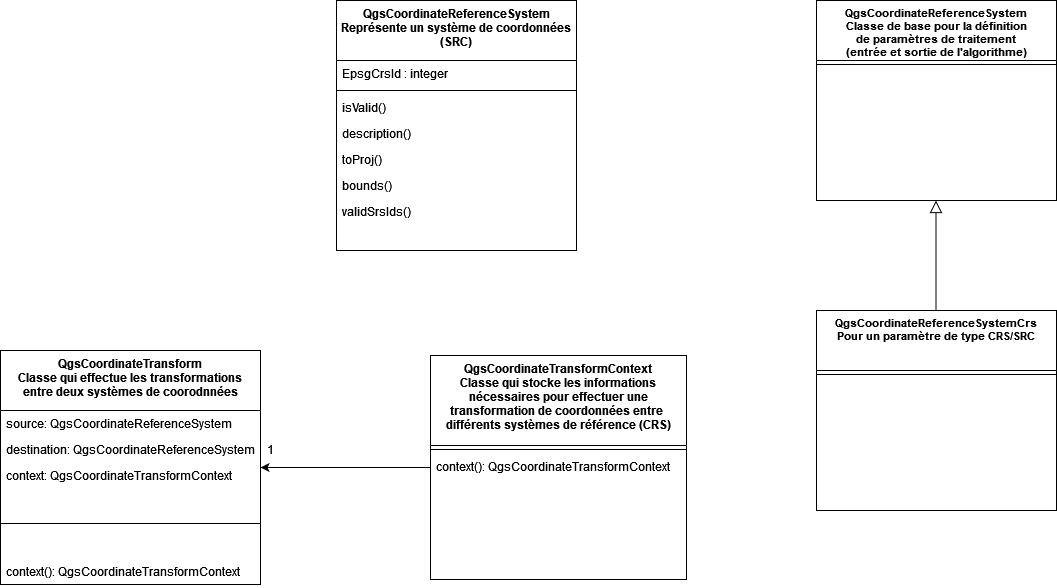
leonielrx/ProjetInfo_DoGeo keeps this draw.io diagram as classes_QGIS.png. Above is the earlier version. Source tidied: cells renumbered, new cells last; positions are measured from the earlier drawing's top-left corner, leaving out a move shared by most shapes.
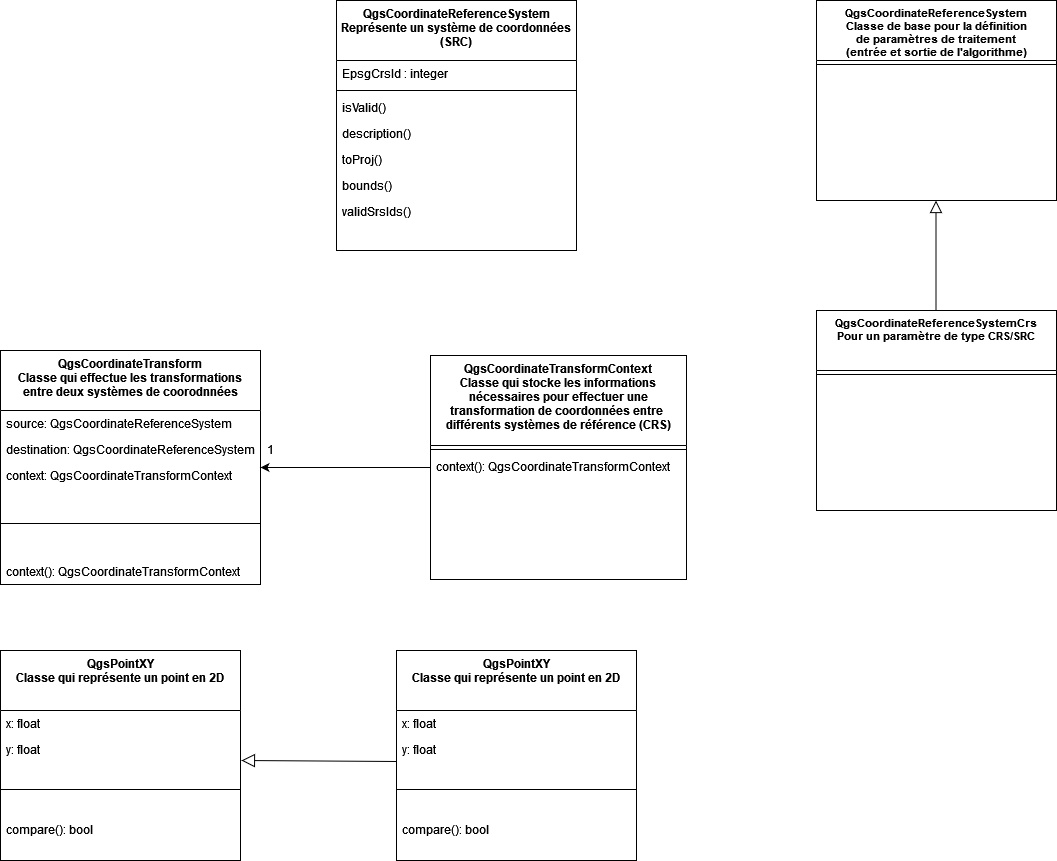
After the change.

Commit message:
Mettre à jour classes_QGIS.png

Diff of the diagram source:
```diff
@@ -80,5 +80,41 @@
     <mxCell id="25" value="1" style="text;html=1;align=center;verticalAlign=middle;whiteSpace=wrap;rounded=0;" parent="1" vertex="1">
       <mxGeometry x="240" y="434" width="60" height="30" as="geometry" />
     </mxCell>
+    <mxCell id="26" value="QgsPointXY&#10;Classe qui représente un point en 2D&#10;&#10;" style="swimlane;fontStyle=1;align=center;verticalAlign=top;horizontal=1;startSize=60;rounded=0;shadow=0;strokeWidth=1;fontSize=12;" parent="1" vertex="1">
+      <mxGeometry y="650" width="240" height="210" as="geometry" />
+    </mxCell>
+    <mxCell id="27" value="x: float&#10;" style="text;align=left;verticalAlign=top;spacingLeft=4;spacingRight=4;overflow=hidden;rounded=0;shadow=0;html=0;" parent="26" vertex="1">
+      <mxGeometry y="60" width="240" height="26" as="geometry" />
+    </mxCell>
+    <mxCell id="28" value="y: float&#10;" style="text;align=left;verticalAlign=top;spacingLeft=4;spacingRight=4;overflow=hidden;rounded=0;shadow=0;html=0;" parent="26" vertex="1">
+      <mxGeometry y="86" width="240" height="26" as="geometry" />
+    </mxCell>
+    <mxCell id="29" style="line;html=1;strokeWidth=1;align=left;verticalAlign=middle;spacingTop=-1;spacingLeft=3;spacingRight=3;labelPosition=right;" parent="26" vertex="1">
+      <mxGeometry y="112" width="240" height="54" as="geometry" />
+    </mxCell>
+    <mxCell id="30" value="compare(): bool" style="text;align=left;verticalAlign=top;spacingLeft=4;spacingRight=4;overflow=hidden;" parent="26" vertex="1">
+      <mxGeometry y="166" width="240" height="26" as="geometry" />
+    </mxCell>
+    <mxCell id="31" value="QgsPointXY&#10;Classe qui représente un point en 2D&#10;&#10;" style="swimlane;fontStyle=1;align=center;verticalAlign=top;horizontal=1;startSize=60;rounded=0;shadow=0;strokeWidth=1;fontSize=12;" parent="1" vertex="1">
+      <mxGeometry x="396" y="650" width="240" height="210" as="geometry" />
+    </mxCell>
+    <mxCell id="32" value="x: float&#10;" style="text;align=left;verticalAlign=top;spacingLeft=4;spacingRight=4;overflow=hidden;rounded=0;shadow=0;html=0;" parent="31" vertex="1">
+      <mxGeometry y="60" width="240" height="26" as="geometry" />
+    </mxCell>
+    <mxCell id="33" value="y: float&#10;" style="text;align=left;verticalAlign=top;spacingLeft=4;spacingRight=4;overflow=hidden;rounded=0;shadow=0;html=0;" parent="31" vertex="1">
+      <mxGeometry y="86" width="240" height="26" as="geometry" />
+    </mxCell>
+    <mxCell id="34" style="line;html=1;strokeWidth=1;align=left;verticalAlign=middle;spacingTop=-1;spacingLeft=3;spacingRight=3;labelPosition=right;" parent="31" vertex="1">
+      <mxGeometry y="112" width="240" height="54" as="geometry" />
+    </mxCell>
+    <mxCell id="35" value="compare(): bool" style="text;align=left;verticalAlign=top;spacingLeft=4;spacingRight=4;overflow=hidden;" parent="31" vertex="1">
+      <mxGeometry y="166" width="240" height="26" as="geometry" />
+    </mxCell>
+    <mxCell id="36" style="endArrow=block;html=1;rounded=0;entryX=1;entryY=0.5;entryDx=0;entryDy=0;exitX=-0.004;exitY=0.769;exitDx=0;exitDy=0;exitPerimeter=0;endFill=0;endSize=11;" parent="1" edge="1">
+      <mxGeometry relative="1" as="geometry">
+        <mxPoint x="396" y="761" as="sourcePoint" />
+        <mxPoint x="241" y="760" as="targetPoint" />
+      </mxGeometry>
+    </mxCell>
   </root>
 </mxGraphModel>
```
